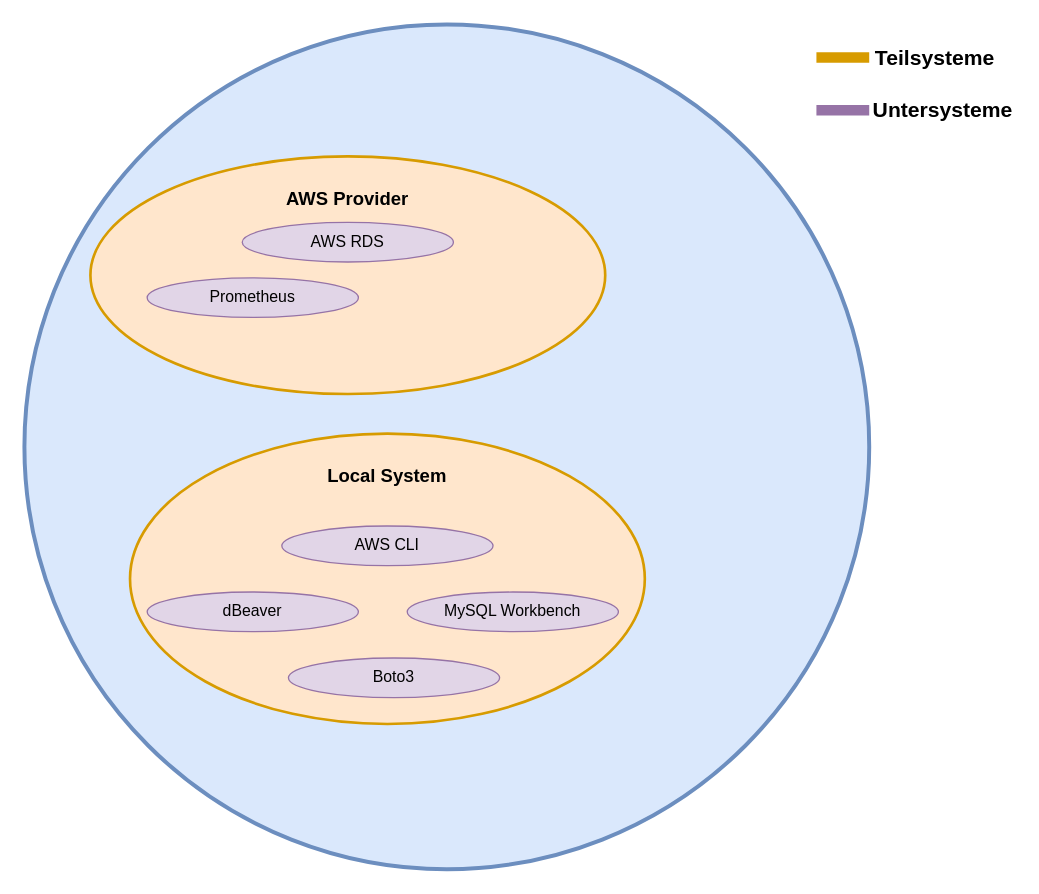
The draw.io diagram bilder/Unter-Teilsystem.drawio in blro-ep/ITCNE23-SEM-III, before the edit. Source tidied: cells renumbered, new cells numbered last; positions are measured from the earlier drawing's top-left corner, leaving out a move shared by most shapes. Both pictures are drawn from the tidied source at 132%, with x=0, y=0 at pixel (24, 24).
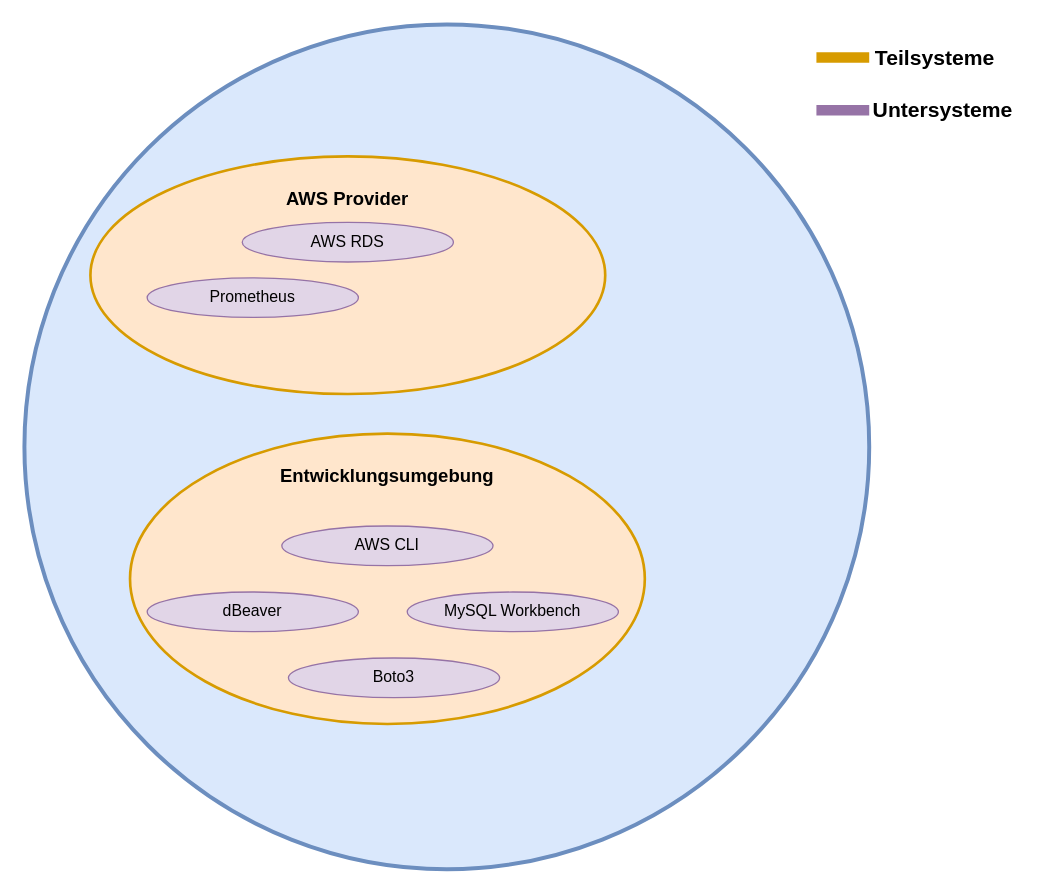
Above is the later version.

The edit, as a diff of the source:
```diff
@@
 <mxGraphModel>
   <root>
     <mxCell id="0" />
     <mxCell id="1" parent="0" />
     <mxCell id="2" value="&lt;div&gt;&lt;br&gt;&lt;/div&gt;" style="ellipse;whiteSpace=wrap;html=1;verticalAlign=top;fillColor=#dae8fc;strokeColor=#6c8ebf;strokeWidth=3;" parent="1" vertex="1">
       <mxGeometry width="640" height="640" as="geometry" />
     </mxCell>
     <mxCell id="3" value="&lt;font style=&quot;font-size: 14px;&quot;&gt;&lt;b&gt;&lt;br&gt;AWS Provider&lt;/b&gt;&lt;/font&gt;" style="ellipse;whiteSpace=wrap;html=1;verticalAlign=top;fillColor=#ffe6cc;strokeColor=#d79b00;strokeWidth=2;" parent="1" vertex="1">
       <mxGeometry x="50" y="100" width="390" height="180" as="geometry" />
     </mxCell>
-    <mxCell id="4" value="&lt;font style=&quot;font-size: 14px;&quot;&gt;&lt;b&gt;&lt;br&gt;Local System&lt;br&gt;&lt;/b&gt;&lt;/font&gt;" style="ellipse;whiteSpace=wrap;html=1;verticalAlign=top;fillColor=#ffe6cc;strokeColor=#d79b00;strokeWidth=2;" parent="1" vertex="1">
+    <mxCell id="4" value="&lt;font style=&quot;font-size: 14px;&quot;&gt;&lt;b&gt;&lt;br&gt;Entwicklungsumgebung&lt;/b&gt;&lt;/font&gt;" style="ellipse;whiteSpace=wrap;html=1;verticalAlign=top;fillColor=#ffe6cc;strokeColor=#d79b00;strokeWidth=2;" parent="1" vertex="1">
       <mxGeometry x="80" y="310" width="390" height="220" as="geometry" />
     </mxCell>
     <mxCell id="5" value="AWS RDS" style="ellipse;whiteSpace=wrap;html=1;fillColor=#e1d5e7;strokeColor=#9673a6;" parent="1" vertex="1">
       <mxGeometry x="165" y="150" width="160" height="30" as="geometry" />
     </mxCell>
     <mxCell id="6" value="dBeaver" style="ellipse;whiteSpace=wrap;html=1;fillColor=#e1d5e7;strokeColor=#9673a6;" parent="1" vertex="1">
       <mxGeometry x="93" y="430" width="160" height="30" as="geometry" />
     </mxCell>
     <mxCell id="7" value="Prometheus" style="ellipse;whiteSpace=wrap;html=1;fillColor=#e1d5e7;strokeColor=#9673a6;" parent="1" vertex="1">
       <mxGeometry x="93" y="192" width="160" height="30" as="geometry" />
     </mxCell>
     <mxCell id="8" value="AWS CLI" style="ellipse;whiteSpace=wrap;html=1;fillColor=#e1d5e7;strokeColor=#9673a6;" parent="1" vertex="1">
       <mxGeometry x="195" y="380" width="160" height="30" as="geometry" />
     </mxCell>
     <mxCell id="9" value="Boto3" style="ellipse;whiteSpace=wrap;html=1;fillColor=#e1d5e7;strokeColor=#9673a6;" parent="1" vertex="1">
       <mxGeometry x="200" y="480" width="160" height="30" as="geometry" />
     </mxCell>
     <mxCell id="10" value="MySQL Workbench" style="ellipse;whiteSpace=wrap;html=1;fillColor=#e1d5e7;strokeColor=#9673a6;" parent="1" vertex="1">
       <mxGeometry x="290" y="430" width="160" height="30" as="geometry" />
     </mxCell>
     <mxCell id="11" value="&lt;font style=&quot;font-size: 16px;&quot;&gt;&lt;b&gt;Untersysteme&lt;/b&gt;&lt;/font&gt;" style="text;html=1;strokeColor=none;fillColor=none;align=center;verticalAlign=middle;whiteSpace=wrap;rounded=0;" parent="1" vertex="1">
       <mxGeometry x="641" y="50" width="110" height="30" as="geometry" />
     </mxCell>
     <mxCell id="12" value="&lt;font size=&quot;1&quot; style=&quot;&quot;&gt;&lt;b style=&quot;font-size: 16px;&quot;&gt;Teilsysteme&lt;/b&gt;&lt;/font&gt;" style="text;html=1;strokeColor=none;fillColor=none;align=center;verticalAlign=middle;whiteSpace=wrap;rounded=0;" parent="1" vertex="1">
       <mxGeometry x="640" y="10" width="100" height="30" as="geometry" />
     </mxCell>
     <mxCell id="13" style="endArrow=none;html=1;rounded=0;exitX=0;exitY=0.5;exitDx=0;exitDy=0;strokeColor=#D79B00;strokeWidth=8;" parent="1" edge="1" source="12">
       <mxGeometry relative="1" as="geometry">
         <mxPoint x="600" y="25" as="targetPoint" />
       </mxGeometry>
     </mxCell>
     <mxCell id="14" style="endArrow=none;html=1;rounded=0;exitX=0;exitY=0.5;exitDx=0;exitDy=0;strokeColor=#9673A6;strokeWidth=8;" parent="1" edge="1">
       <mxGeometry relative="1" as="geometry">
         <mxPoint x="640" y="65" as="sourcePoint" />
         <mxPoint x="600" y="65" as="targetPoint" />
       </mxGeometry>
     </mxCell>
   </root>
 </mxGraphModel>
```
